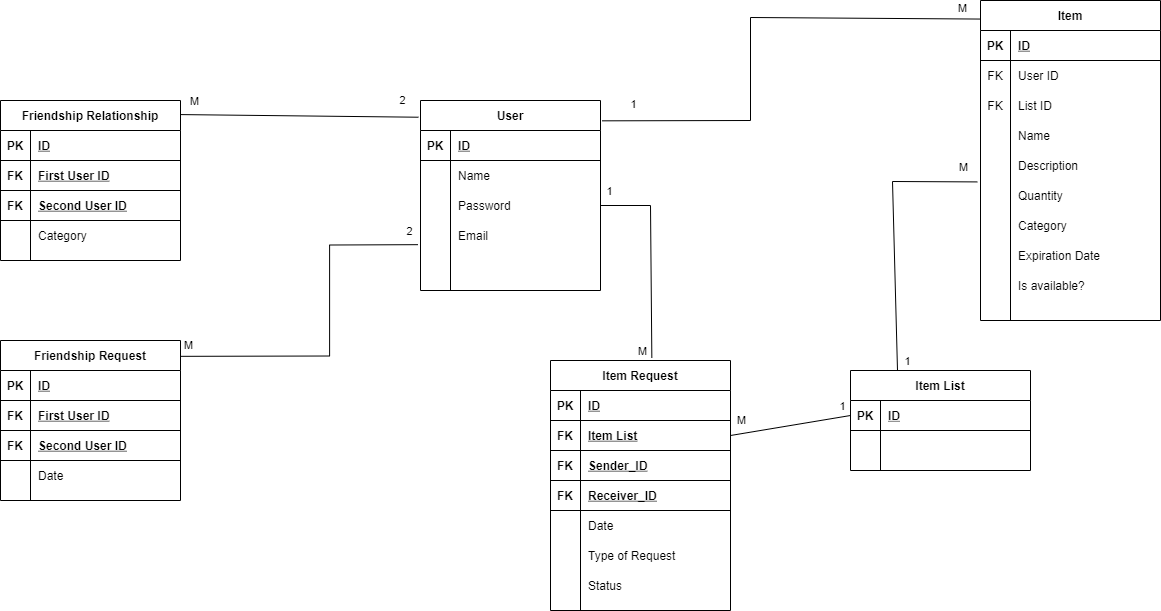
Earlier version of the draw.io export DataBase Schema.png (TibLion/Proiect_TW). Source tidied: cells renumbered, new cells last; positions are measured from the earlier drawing's top-left corner, leaving out a move shared by most shapes.
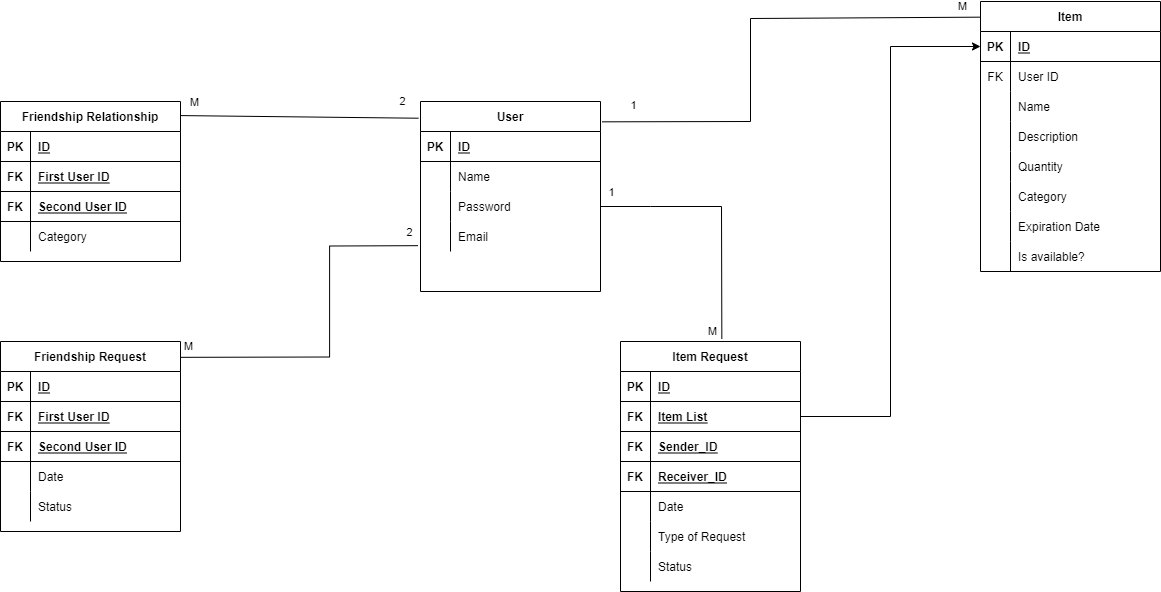
Above is the later version.

The edit, as a diff of the source:
```diff
@@ -81,7 +81,7 @@
       <mxGeometry x="30" width="150" height="30" as="geometry" />
     </mxCell>
     <mxCell id="28" value="Item" style="shape=table;startSize=30;rowLines=0;fontStyle=1;align=center;" parent="1" vertex="1">
-      <mxGeometry x="980" width="180" height="320" as="geometry" />
+      <mxGeometry x="980" width="180" height="270" as="geometry" />
     </mxCell>
     <mxCell id="29" style="shape=partialRectangle;fillColor=none;top=0;left=0;bottom=1;right=0;points=[[0,0.5],[1,0.5]];portConstraint=eastwest;" parent="28" vertex="1">
       <mxGeometry y="30" width="180" height="30" as="geometry" />
@@ -101,17 +101,8 @@
     <mxCell id="34" value="User ID" style="shape=partialRectangle;fillColor=none;top=0;left=0;bottom=0;right=0;align=left;spacingLeft=6;fontStyle=0;overflow=hidden;" parent="32" vertex="1">
       <mxGeometry x="30" width="150" height="30" as="geometry" />
     </mxCell>
-    <mxCell id="35" style="shape=partialRectangle;fillColor=none;top=0;left=0;bottom=0;right=0;" parent="28" vertex="1">
-      <mxGeometry y="90" width="180" height="30" as="geometry" />
-    </mxCell>
-    <mxCell id="36" value="FK" style="shape=partialRectangle;fillColor=none;top=0;left=0;bottom=0;right=0;fontStyle=0;overflow=hidden;" parent="35" vertex="1">
-      <mxGeometry width="30" height="30" as="geometry" />
-    </mxCell>
-    <mxCell id="37" value="List ID" style="shape=partialRectangle;fillColor=none;top=0;left=0;bottom=0;right=0;align=left;spacingLeft=6;fontStyle=0;overflow=hidden;" parent="35" vertex="1">
-      <mxGeometry x="30" width="150" height="30" as="geometry" />
-    </mxCell>
     <mxCell id="38" style="shape=partialRectangle;fillColor=none;top=0;left=0;bottom=0;right=0;" parent="28" vertex="1">
-      <mxGeometry y="120" width="180" height="30" as="geometry" />
+      <mxGeometry y="90" width="180" height="30" as="geometry" />
     </mxCell>
     <mxCell id="39" style="shape=partialRectangle;fillColor=none;top=0;left=0;bottom=0;right=0;overflow=hidden;" parent="38" vertex="1">
       <mxGeometry width="30" height="30" as="geometry" />
@@ -120,7 +111,7 @@
       <mxGeometry x="30" width="150" height="30" as="geometry" />
     </mxCell>
     <mxCell id="41" style="shape=partialRectangle;fillColor=none;top=0;left=0;bottom=0;right=0;" parent="28" vertex="1">
-      <mxGeometry y="150" width="180" height="30" as="geometry" />
+      <mxGeometry y="120" width="180" height="30" as="geometry" />
     </mxCell>
     <mxCell id="42" style="shape=partialRectangle;fillColor=none;top=0;left=0;bottom=0;right=0;overflow=hidden;" parent="41" vertex="1">
       <mxGeometry width="30" height="30" as="geometry" />
@@ -129,7 +120,7 @@
       <mxGeometry x="30" width="150" height="30" as="geometry" />
     </mxCell>
     <mxCell id="44" style="shape=partialRectangle;fillColor=none;top=0;left=0;bottom=0;right=0;" parent="28" vertex="1">
-      <mxGeometry y="180" width="180" height="30" as="geometry" />
+      <mxGeometry y="150" width="180" height="30" as="geometry" />
     </mxCell>
     <mxCell id="45" style="shape=partialRectangle;fillColor=none;top=0;left=0;bottom=0;right=0;overflow=hidden;" parent="44" vertex="1">
       <mxGeometry width="30" height="30" as="geometry" />
@@ -138,7 +129,7 @@
       <mxGeometry x="30" width="150" height="30" as="geometry" />
     </mxCell>
     <mxCell id="47" style="shape=partialRectangle;fillColor=none;top=0;left=0;bottom=0;right=0;" parent="28" vertex="1">
-      <mxGeometry y="210" width="180" height="30" as="geometry" />
+      <mxGeometry y="180" width="180" height="30" as="geometry" />
     </mxCell>
     <mxCell id="48" style="shape=partialRectangle;fillColor=none;top=0;left=0;bottom=0;right=0;overflow=hidden;" parent="47" vertex="1">
       <mxGeometry width="30" height="30" as="geometry" />
@@ -147,7 +138,7 @@
       <mxGeometry x="30" width="150" height="30" as="geometry" />
     </mxCell>
     <mxCell id="50" style="shape=partialRectangle;fillColor=none;top=0;left=0;bottom=0;right=0;" parent="28" vertex="1">
-      <mxGeometry y="240" width="180" height="30" as="geometry" />
+      <mxGeometry y="210" width="180" height="30" as="geometry" />
     </mxCell>
     <mxCell id="51" style="shape=partialRectangle;fillColor=none;top=0;left=0;bottom=0;right=0;overflow=hidden;" parent="50" vertex="1">
       <mxGeometry width="30" height="30" as="geometry" />
@@ -156,7 +147,7 @@
       <mxGeometry x="30" width="150" height="30" as="geometry" />
     </mxCell>
     <mxCell id="53" style="shape=partialRectangle;fillColor=none;top=0;left=0;bottom=0;right=0;" parent="28" vertex="1">
-      <mxGeometry y="270" width="180" height="30" as="geometry" />
+      <mxGeometry y="240" width="180" height="30" as="geometry" />
     </mxCell>
     <mxCell id="54" style="shape=partialRectangle;fillColor=none;top=0;left=0;bottom=0;right=0;overflow=hidden;" parent="53" vertex="1">
       <mxGeometry width="30" height="30" as="geometry" />
@@ -196,7 +187,7 @@
       </mxGeometry>
     </mxCell>
     <mxCell id="62" value="Friendship Request" style="shape=table;startSize=30;rowLines=0;fontStyle=1;align=center;" parent="1" vertex="1">
-      <mxGeometry y="340" width="180" height="160" as="geometry" />
+      <mxGeometry y="340" width="180" height="190" as="geometry" />
     </mxCell>
     <mxCell id="63" style="shape=partialRectangle;fillColor=none;top=0;left=0;bottom=1;right=0;" parent="62" vertex="1">
       <mxGeometry y="30" width="180" height="30" as="geometry" />
@@ -234,6 +225,15 @@
     <mxCell id="74" value="Date" style="shape=partialRectangle;fillColor=none;top=0;left=0;bottom=0;right=0;align=left;spacingLeft=6;overflow=hidden;" parent="72" vertex="1">
       <mxGeometry x="30" width="150" height="30" as="geometry" />
     </mxCell>
+    <mxCell id="116" style="shape=partialRectangle;fillColor=none;top=0;left=0;bottom=0;right=0;" parent="62" vertex="1">
+      <mxGeometry y="150" width="180" height="30" as="geometry" />
+    </mxCell>
+    <mxCell id="111" style="shape=partialRectangle;fillColor=none;top=0;left=0;bottom=0;right=0;overflow=hidden;" parent="116" vertex="1">
+      <mxGeometry width="30" height="30" as="geometry" />
+    </mxCell>
+    <mxCell id="117" value="Status" style="shape=partialRectangle;fillColor=none;top=0;left=0;bottom=0;right=0;align=left;spacingLeft=6;overflow=hidden;" parent="116" vertex="1">
+      <mxGeometry x="30" width="150" height="30" as="geometry" />
+    </mxCell>
     <mxCell id="75" style="endArrow=none;html=1;rounded=0;entryX=-0.009;entryY=0.822;entryDx=0;entryDy=0;entryPerimeter=0;exitX=1.005;exitY=0.102;exitDx=0;exitDy=0;exitPerimeter=0;" parent="1" edge="1">
       <mxGeometry relative="1" as="geometry">
         <mxPoint x="180" y="355.8" as="sourcePoint" />
@@ -255,7 +255,7 @@
       </mxGeometry>
     </mxCell>
     <mxCell id="78" value="Item Request" style="shape=table;startSize=30;rowLines=0;fontStyle=1;align=center;" parent="1" vertex="1">
-      <mxGeometry x="550" y="360" width="180" height="250" as="geometry" />
+      <mxGeometry x="620" y="340" width="180" height="250" as="geometry" />
     </mxCell>
     <mxCell id="79" style="shape=partialRectangle;fillColor=none;top=0;left=0;bottom=1;right=0;" parent="78" vertex="1">
       <mxGeometry y="30" width="180" height="30" as="geometry" />
@@ -324,6 +324,7 @@
       <mxGeometry relative="1" as="geometry">
         <Array as="points">
           <mxPoint x="650" y="205" />
+          <mxPoint x="721" y="205" />
         </Array>
       </mxGeometry>
     </mxCell>
@@ -337,58 +338,8 @@
         <mxPoint y="-16" as="offset" />
       </mxGeometry>
     </mxCell>
-    <mxCell id="103" style="endArrow=none;html=1;rounded=0;entryX=-0.029;entryY=0.047;entryDx=0;entryDy=0;entryPerimeter=0;exitX=0.25;exitY=0;exitDx=0;exitDy=0;" parent="1" edge="1">
-      <mxGeometry relative="1" as="geometry">
-        <mxPoint x="897" y="370" as="sourcePoint" />
-        <mxPoint x="976.8" y="181.4" as="targetPoint" />
-        <Array as="points">
-          <mxPoint x="892" y="181" />
-        </Array>
-      </mxGeometry>
-    </mxCell>
-    <mxCell id="104" value="M" style="edgeLabel;html=1;align=center;verticalAlign=middle;" parent="103" vertex="1">
-      <mxGeometry x="0.9" y="-2" relative="1" as="geometry">
-        <mxPoint y="-17" as="offset" />
-      </mxGeometry>
-    </mxCell>
-    <mxCell id="105" value="1" style="edgeLabel;html=1;align=center;verticalAlign=middle;" parent="103" vertex="1">
-      <mxGeometry x="-0.89" y="-2" relative="1" as="geometry">
-        <mxPoint x="8" y="6" as="offset" />
-      </mxGeometry>
-    </mxCell>
-    <mxCell id="106" value="Item List" style="shape=table;startSize=30;rowLines=0;fontStyle=1;align=center;" parent="1" vertex="1">
-      <mxGeometry x="850" y="370" width="180" height="100" as="geometry" />
-    </mxCell>
-    <mxCell id="107" style="shape=partialRectangle;fillColor=none;top=0;left=0;bottom=1;right=0;points=[[0,0.5],[1,0.5]];portConstraint=eastwest;" parent="106" vertex="1">
-      <mxGeometry y="30" width="180" height="30" as="geometry" />
-    </mxCell>
-    <mxCell id="108" value="PK" style="shape=partialRectangle;fillColor=none;top=0;left=0;bottom=0;right=0;fontStyle=1;overflow=hidden;" parent="107" vertex="1">
-      <mxGeometry width="30" height="30" as="geometry" />
-    </mxCell>
-    <mxCell id="109" value="ID" style="shape=partialRectangle;fillColor=none;top=0;left=0;bottom=0;right=0;align=left;spacingLeft=6;fontStyle=5;overflow=hidden;" parent="107" vertex="1">
-      <mxGeometry x="30" width="150" height="30" as="geometry" />
-    </mxCell>
-    <mxCell id="110" style="shape=partialRectangle;fillColor=none;top=0;left=0;bottom=0;right=0;" parent="106" vertex="1">
-      <mxGeometry y="60" width="180" height="30" as="geometry" />
-    </mxCell>
-    <mxCell id="111" style="shape=partialRectangle;fillColor=none;top=0;left=0;bottom=0;right=0;overflow=hidden;" parent="110" vertex="1">
-      <mxGeometry width="30" height="30" as="geometry" />
-    </mxCell>
-    <mxCell id="112" style="shape=partialRectangle;fillColor=none;top=0;left=0;bottom=0;right=0;align=left;spacingLeft=6;overflow=hidden;" parent="110" vertex="1">
-      <mxGeometry x="30" width="150" height="30" as="geometry" />
-    </mxCell>
-    <mxCell id="113" style="endArrow=none;html=1;rounded=0;exitX=1;exitY=0.5;exitDx=0;exitDy=0;entryX=0;entryY=0.5;entryDx=0;entryDy=0;" parent="1" edge="1" source="82" target="107">
-      <mxGeometry relative="1" as="geometry" />
-    </mxCell>
-    <mxCell id="114" value="M" style="edgeLabel;html=1;align=center;verticalAlign=middle;" parent="113" vertex="1">
-      <mxGeometry x="-0.67" y="-2" relative="1" as="geometry">
-        <mxPoint x="-10" y="-14" as="offset" />
-      </mxGeometry>
-    </mxCell>
-    <mxCell id="115" value="1" style="edgeLabel;html=1;align=center;verticalAlign=middle;" parent="113" vertex="1">
-      <mxGeometry x="0.84" y="1" relative="1" as="geometry">
-        <mxPoint x="1" y="-10" as="offset" />
-      </mxGeometry>
-    </mxCell>
+    <mxCell id="118" style="edgeStyle=orthogonalEdgeStyle;rounded=0;jettySize=auto;html=1;exitX=1;exitY=0.5;exitDx=0;exitDy=0;entryX=0;entryY=0.5;entryDx=0;entryDy=0;" parent="1" edge="1" source="82" target="29">
+      <mxGeometry relative="1" as="geometry" />
+    </mxCell>
   </root>
 </mxGraphModel>
```
